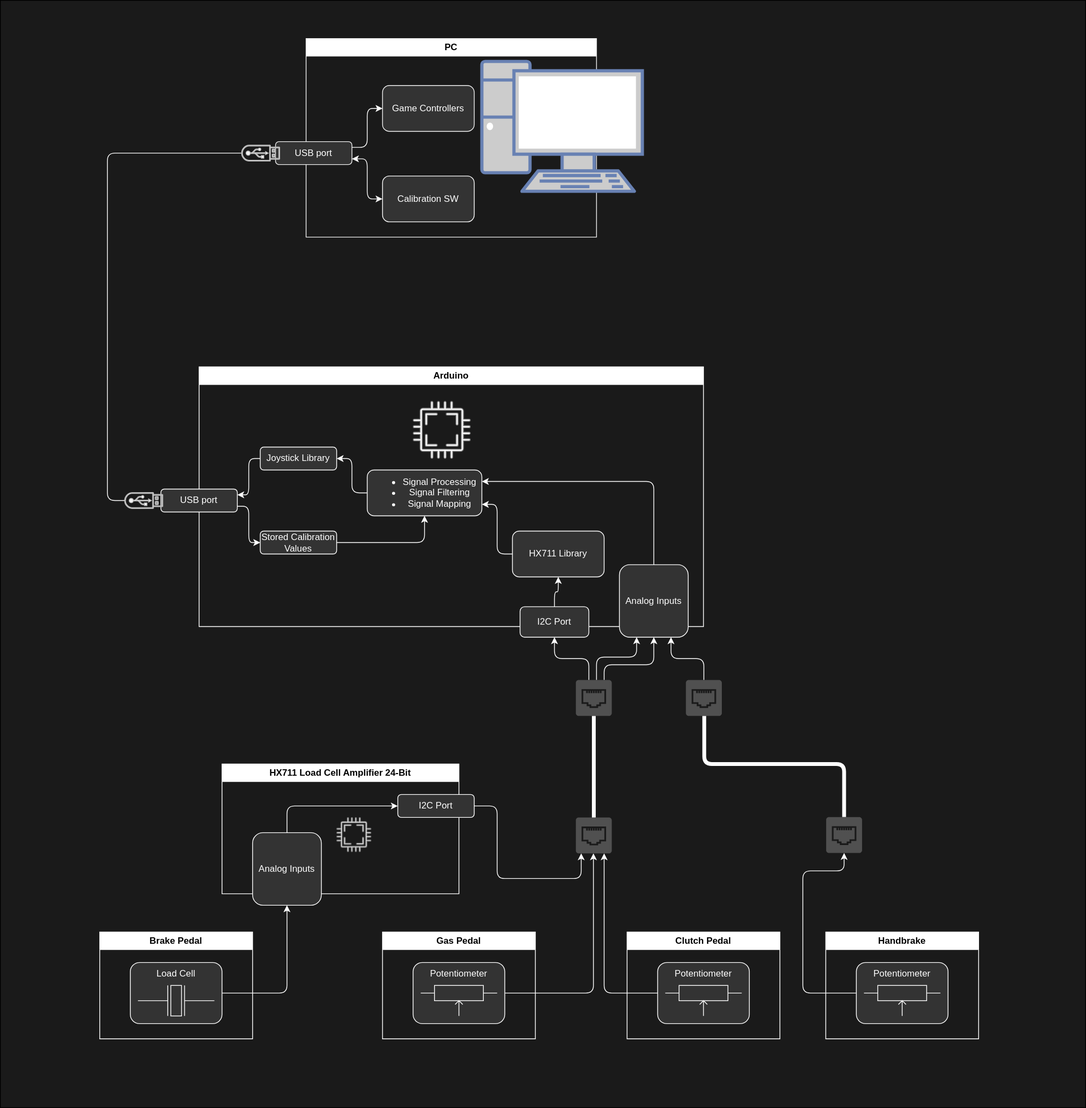
The draw.io diagram wiki/src/System Architecture.svg in Krizsi96/Arduino-Pedalbox, before a commit. Source tidied: cells renumbered, new cells last; positions are measured from the earlier drawing's top-left corner, leaving out a move shared by most shapes.
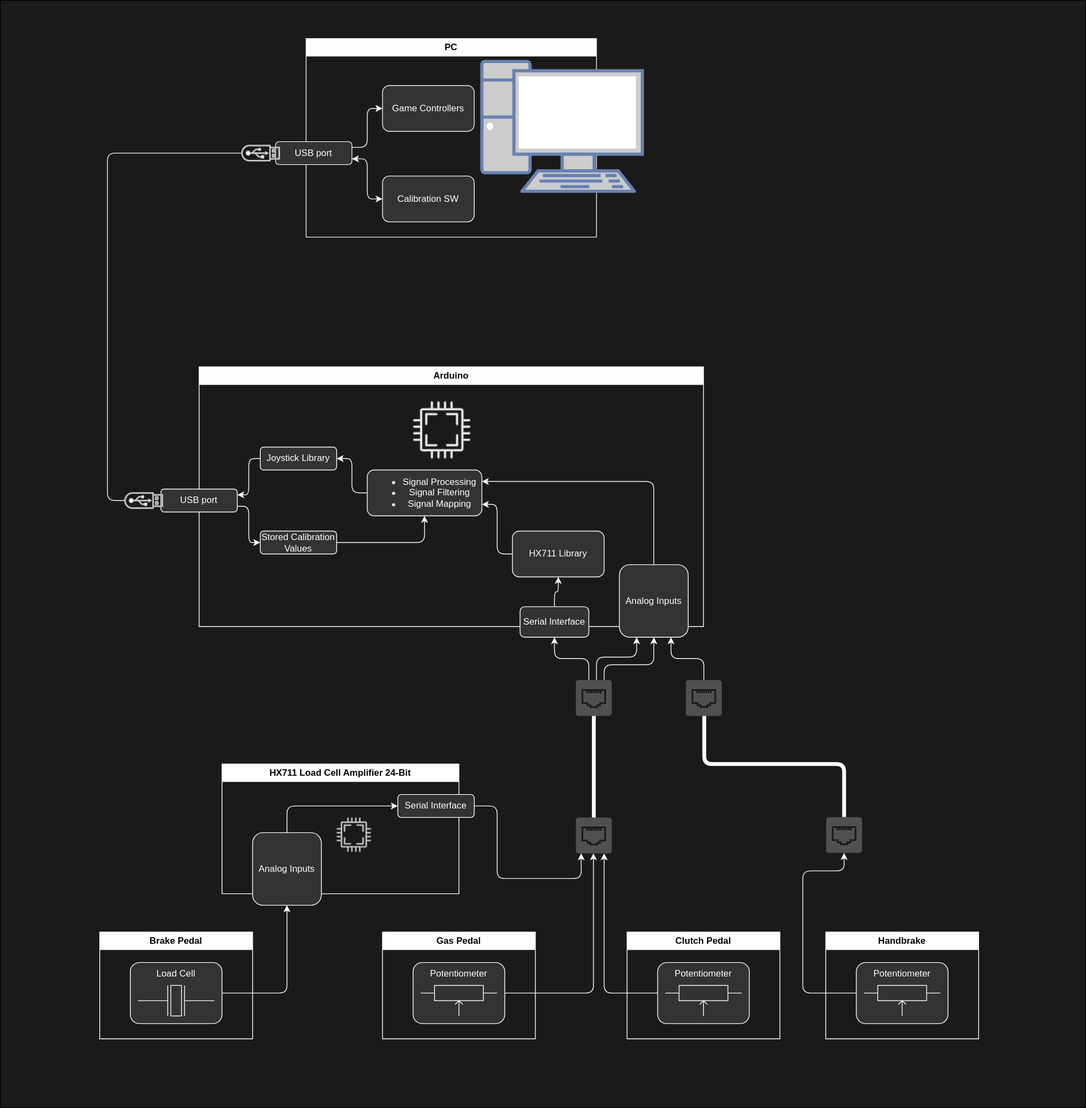
The same file after the commit.

Commit message:
correct HX711 communication to serial interface

Diff of the diagram source:
```diff
@@ -45,7 +45,7 @@
     <mxCell id="16" style="edgeStyle=orthogonalEdgeStyle;rounded=1;html=1;entryX=0.5;entryY=1;entryDx=0;entryDy=0;fontColor=#FFFFFF;strokeColor=#FFFFFF;" parent="4" edge="1" source="17" target="15">
       <mxGeometry relative="1" as="geometry" />
     </mxCell>
-    <mxCell id="17" value="I2C Port" style="rounded=1;whiteSpace=wrap;html=1;strokeColor=#FFFFFF;fillColor=#333333;fontColor=#FFFFFF;" parent="4" vertex="1">
+    <mxCell id="17" value="Serial Interface" style="rounded=1;whiteSpace=wrap;html=1;strokeColor=#FFFFFF;fillColor=#333333;fontColor=#FFFFFF;" parent="4" vertex="1">
       <mxGeometry x="420" y="314" width="90" height="40" as="geometry" />
     </mxCell>
     <mxCell id="18" style="edgeStyle=orthogonalEdgeStyle;rounded=1;html=1;entryX=1;entryY=0.25;entryDx=0;entryDy=0;strokeColor=#FFFFFF;exitX=0.5;exitY=0;exitDx=0;exitDy=0;" parent="4" edge="1" source="19" target="13">
@@ -60,7 +60,7 @@
     <mxCell id="21" style="sketch=0;shadow=0;dashed=0;html=1;strokeColor=#666666;fillColor=#f5f5f5;labelPosition=center;verticalLabelPosition=bottom;verticalAlign=top;align=center;shape=mxgraph.vvd.cpu;fontColor=#333333;" parent="20" vertex="1">
       <mxGeometry x="150" y="70" width="45" height="45" as="geometry" />
     </mxCell>
-    <mxCell id="22" value="I2C Port" style="rounded=1;whiteSpace=wrap;html=1;fillColor=#333333;strokeColor=#FFFFFF;fontColor=#FFFFFF;" parent="20" vertex="1">
+    <mxCell id="22" value="Serial Interface" style="rounded=1;whiteSpace=wrap;html=1;fillColor=#333333;strokeColor=#FFFFFF;fontColor=#FFFFFF;" parent="20" vertex="1">
       <mxGeometry x="230" y="40" width="100" height="30" as="geometry" />
     </mxCell>
     <mxCell id="23" style="edgeStyle=orthogonalEdgeStyle;rounded=1;html=1;exitX=0.5;exitY=0;exitDx=0;exitDy=0;entryX=0;entryY=0.5;entryDx=0;entryDy=0;strokeColor=#FFFFFF;" parent="20" edge="1" source="24" target="22">
```
